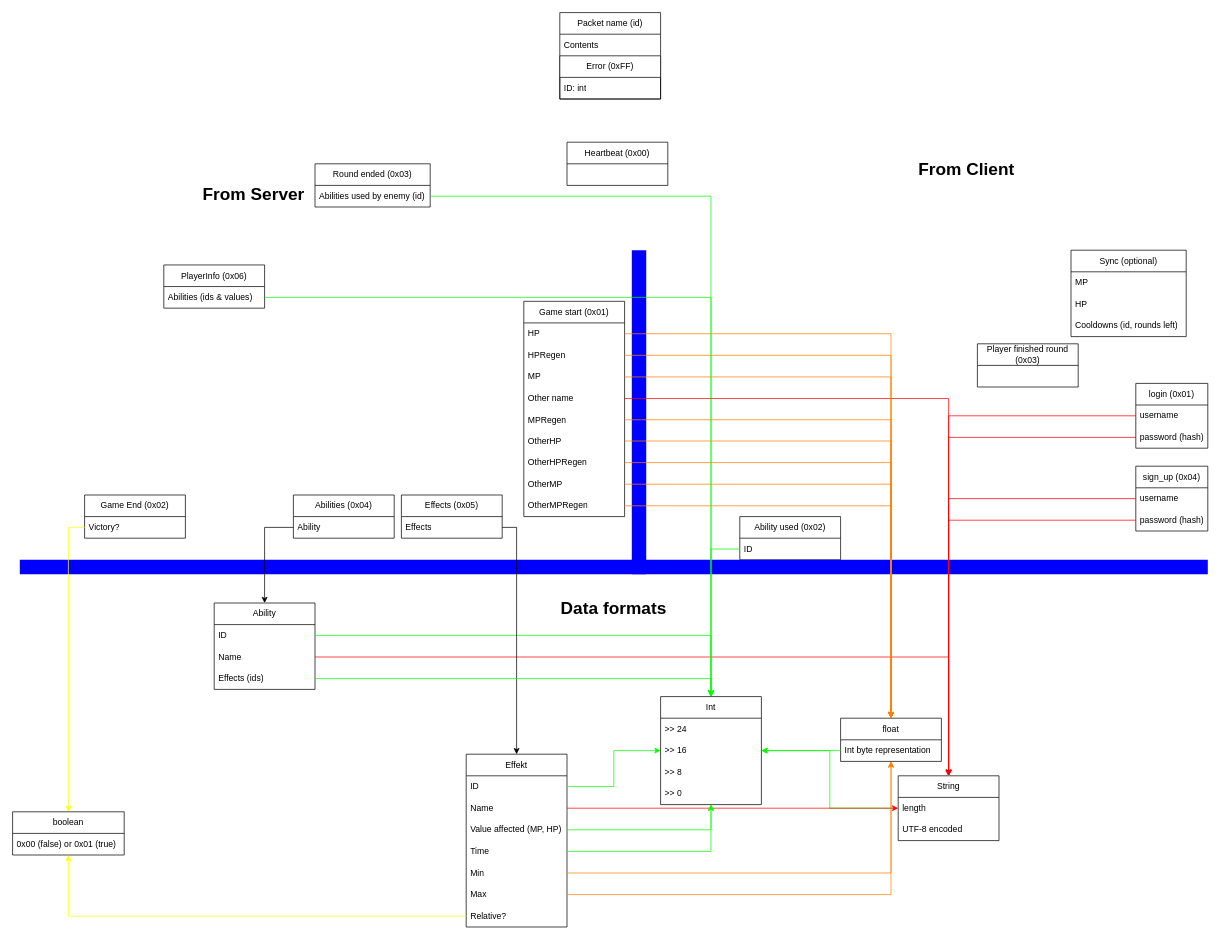
The draw.io diagram src/Network/Packets.drawio in Schatten2021/informatik_project_game, before the edit. Source tidied: cells renumbered, new cells numbered last; positions are measured from the earlier drawing's top-left corner, leaving out a move shared by most shapes. Both pictures are drawn from the tidied source at 72%, with x=0, y=0 at pixel (12, 12).
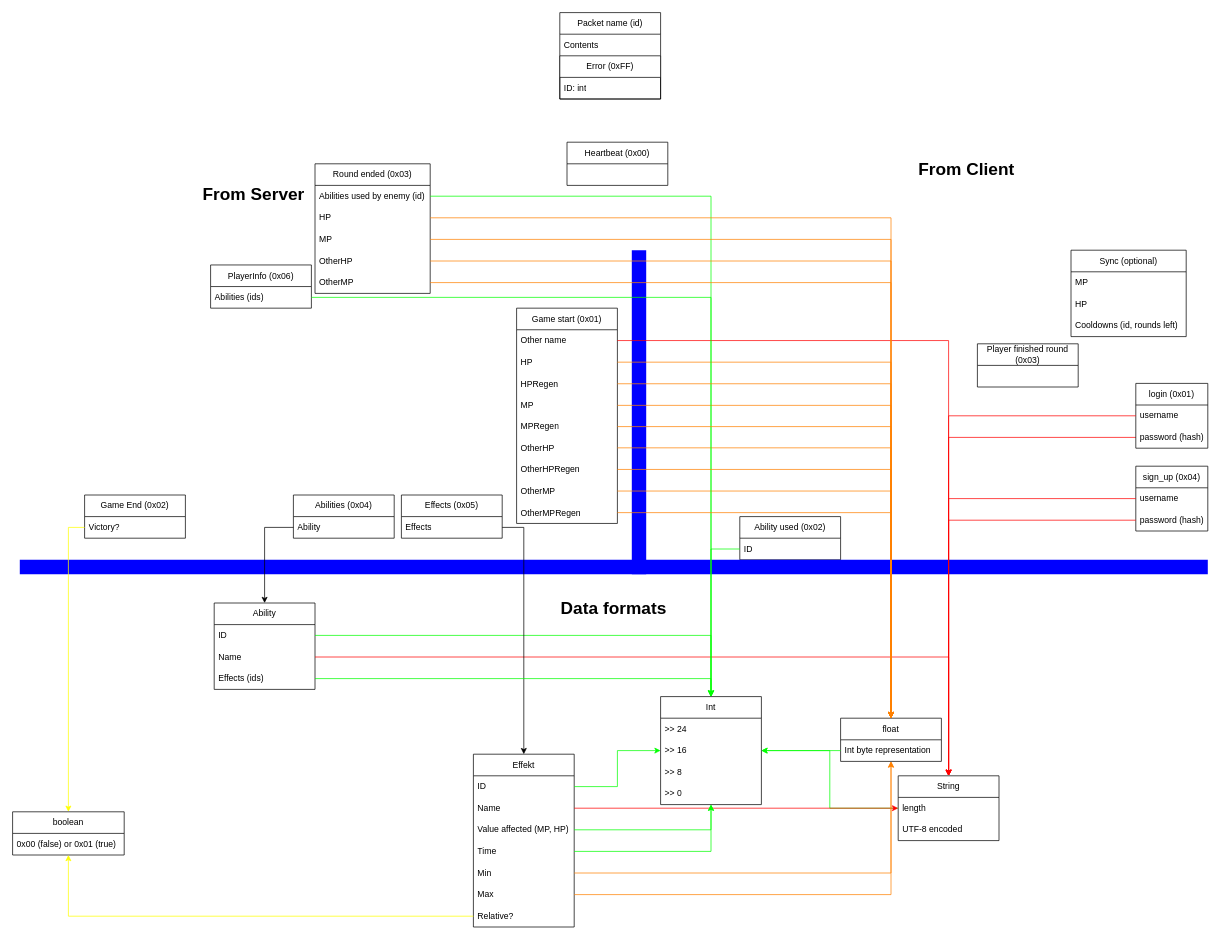
After the change.

The change refers to these unchanged cells:
```xml
<mxCell id="57" value="float" style="swimlane;fontStyle=0;horizontal=1;startSize=30;whiteSpace=wrap;html=1;" parent="1" vertex="1">
  <mxGeometry x="1150" y="980" width="140" height="60" as="geometry" />
</mxCell>
```

What changed in the source:
```diff
@@
     <mxCell id="11" value="Round ended (0x03)" style="swimlane;fontStyle=0;horizontal=1;startSize=30;whiteSpace=wrap;html=1;" parent="1" vertex="1">
-      <mxGeometry x="420" y="210" width="160" height="60" as="geometry" />
+      <mxGeometry x="420" y="210" width="160" height="180" as="geometry" />
     </mxCell>
@@
+    <mxCell id="100" value="HP" style="text;strokeColor=none;fillColor=none;align=left;verticalAlign=middle;spacingLeft=4;spacingRight=4;overflow=hidden;points=[[0,0.5],[1,0.5]];portConstraint=eastwest;whiteSpace=wrap;html=1;" parent="11" vertex="1">
+      <mxGeometry y="60" width="160" height="30" as="geometry" />
+    </mxCell>
+    <mxCell id="101" value="MP" style="text;strokeColor=none;fillColor=none;align=left;verticalAlign=middle;spacingLeft=4;spacingRight=4;overflow=hidden;points=[[0,0.5],[1,0.5]];portConstraint=eastwest;whiteSpace=wrap;html=1;" parent="11" vertex="1">
+      <mxGeometry y="90" width="160" height="30" as="geometry" />
+    </mxCell>
+    <mxCell id="102" value="OtherHP" style="text;strokeColor=none;fillColor=none;align=left;verticalAlign=middle;spacingLeft=4;spacingRight=4;overflow=hidden;points=[[0,0.5],[1,0.5]];portConstraint=eastwest;whiteSpace=wrap;html=1;" parent="11" vertex="1">
+      <mxGeometry y="120" width="160" height="30" as="geometry" />
+    </mxCell>
+    <mxCell id="103" value="OtherMP" style="text;strokeColor=none;fillColor=none;align=left;verticalAlign=middle;spacingLeft=4;spacingRight=4;overflow=hidden;points=[[0,0.5],[1,0.5]];portConstraint=eastwest;whiteSpace=wrap;html=1;" parent="11" vertex="1">
+      <mxGeometry y="150" width="160" height="30" as="geometry" />
+    </mxCell>
@@
     <mxCell id="19" value="Game start (0x01)" style="swimlane;fontStyle=0;horizontal=1;startSize=30;whiteSpace=wrap;html=1;" parent="1" vertex="1">
-      <mxGeometry x="710" y="401" width="140" height="299" as="geometry" />
+      <mxGeometry x="700" y="410.5" width="140" height="299" as="geometry" />
     </mxCell>
+    <mxCell id="23" value="Other name" style="text;strokeColor=none;fillColor=none;align=left;verticalAlign=middle;spacingLeft=4;spacingRight=4;overflow=hidden;points=[[0,0.5],[1,0.5]];portConstraint=eastwest;whiteSpace=wrap;html=1;" parent="19" vertex="1">
+      <mxGeometry y="30" width="140" height="30" as="geometry" />
+    </mxCell>
     <mxCell id="20" value="HP" style="text;strokeColor=none;fillColor=none;align=left;verticalAlign=middle;spacingLeft=4;spacingRight=4;overflow=hidden;points=[[0,0.5],[1,0.5]];portConstraint=eastwest;whiteSpace=wrap;html=1;" parent="19" vertex="1">
-      <mxGeometry y="30" width="140" height="30" as="geometry" />
+      <mxGeometry y="60" width="140" height="30" as="geometry" />
     </mxCell>
     <mxCell id="21" value="HPRegen" style="text;strokeColor=none;fillColor=none;align=left;verticalAlign=middle;spacingLeft=4;spacingRight=4;overflow=hidden;points=[[0,0.5],[1,0.5]];portConstraint=eastwest;whiteSpace=wrap;html=1;" parent="19" vertex="1">
-      <mxGeometry y="60" width="140" height="30" as="geometry" />
+      <mxGeometry y="90" width="140" height="30" as="geometry" />
     </mxCell>
     <mxCell id="22" value="MP" style="text;strokeColor=none;fillColor=none;align=left;verticalAlign=middle;spacingLeft=4;spacingRight=4;overflow=hidden;points=[[0,0.5],[1,0.5]];portConstraint=eastwest;whiteSpace=wrap;html=1;" parent="19" vertex="1">
-      <mxGeometry y="90" width="140" height="30" as="geometry" />
+      <mxGeometry y="120" width="140" height="30" as="geometry" />
     </mxCell>
-    <mxCell id="23" value="Other name" style="text;strokeColor=none;fillColor=none;align=left;verticalAlign=middle;spacingLeft=4;spacingRight=4;overflow=hidden;points=[[0,0.5],[1,0.5]];portConstraint=eastwest;whiteSpace=wrap;html=1;" parent="19" vertex="1">
-      <mxGeometry y="120" width="140" height="30" as="geometry" />
-    </mxCell>
@@
     <mxCell id="33" value="Effekt" style="swimlane;fontStyle=0;horizontal=1;startSize=30;whiteSpace=wrap;html=1;" parent="1" vertex="1">
-      <mxGeometry x="630" y="1030" width="140" height="240" as="geometry" />
+      <mxGeometry x="640" y="1030" width="140" height="240" as="geometry" />
     </mxCell>
@@
+    <mxCell id="99" style="edgeStyle=orthogonalEdgeStyle;rounded=0;jettySize=auto;html=1;strokeColor=#FF8000;" parent="1" edge="1" source="22" target="57">
+      <mxGeometry relative="1" as="geometry" />
+    </mxCell>
@@
     <mxCell id="92" value="PlayerInfo (0x06)" style="swimlane;fontStyle=0;horizontal=1;startSize=30;whiteSpace=wrap;html=1;" parent="1" vertex="1">
-      <mxGeometry x="210" y="350.5" width="140" height="60" as="geometry" />
+      <mxGeometry x="275" y="350.5" width="140" height="60" as="geometry" />
     </mxCell>
-    <mxCell id="93" value="Abilities (ids &amp;amp; values)" style="text;strokeColor=none;fillColor=none;align=left;verticalAlign=middle;spacingLeft=4;spacingRight=4;overflow=hidden;points=[[0,0.5],[1,0.5]];portConstraint=eastwest;whiteSpace=wrap;html=1;" parent="92" vertex="1">
+    <mxCell id="93" value="Abilities (ids)" style="text;strokeColor=none;fillColor=none;align=left;verticalAlign=middle;spacingLeft=4;spacingRight=4;overflow=hidden;points=[[0,0.5],[1,0.5]];portConstraint=eastwest;whiteSpace=wrap;html=1;" parent="92" vertex="1">
       <mxGeometry y="30" width="140" height="30" as="geometry" />
     </mxCell>
@@
-    <mxCell id="99" style="edgeStyle=orthogonalEdgeStyle;rounded=0;jettySize=auto;html=1;strokeColor=#FF8000;" parent="1" edge="1" source="22" target="57">
-      <mxGeometry relative="1" as="geometry" />
-    </mxCell>
+    <mxCell id="104" style="edgeStyle=orthogonalEdgeStyle;rounded=0;jettySize=auto;html=1;strokeColor=#FF8000;" parent="1" edge="1" source="102" target="57">
+      <mxGeometry relative="1" as="geometry" />
+    </mxCell>
+    <mxCell id="105" style="edgeStyle=orthogonalEdgeStyle;rounded=0;jettySize=auto;html=1;strokeColor=#FF8000;" parent="1" edge="1" source="103" target="57">
+      <mxGeometry relative="1" as="geometry" />
+    </mxCell>
+    <mxCell id="106" style="edgeStyle=orthogonalEdgeStyle;rounded=0;jettySize=auto;html=1;strokeColor=#FF8000;" parent="1" edge="1" source="101" target="57">
+      <mxGeometry relative="1" as="geometry" />
+    </mxCell>
+    <mxCell id="107" style="edgeStyle=orthogonalEdgeStyle;rounded=0;jettySize=auto;html=1;strokeColor=#FF8000;" parent="1" edge="1" source="100" target="57">
+      <mxGeometry relative="1" as="geometry" />
+    </mxCell>
```
